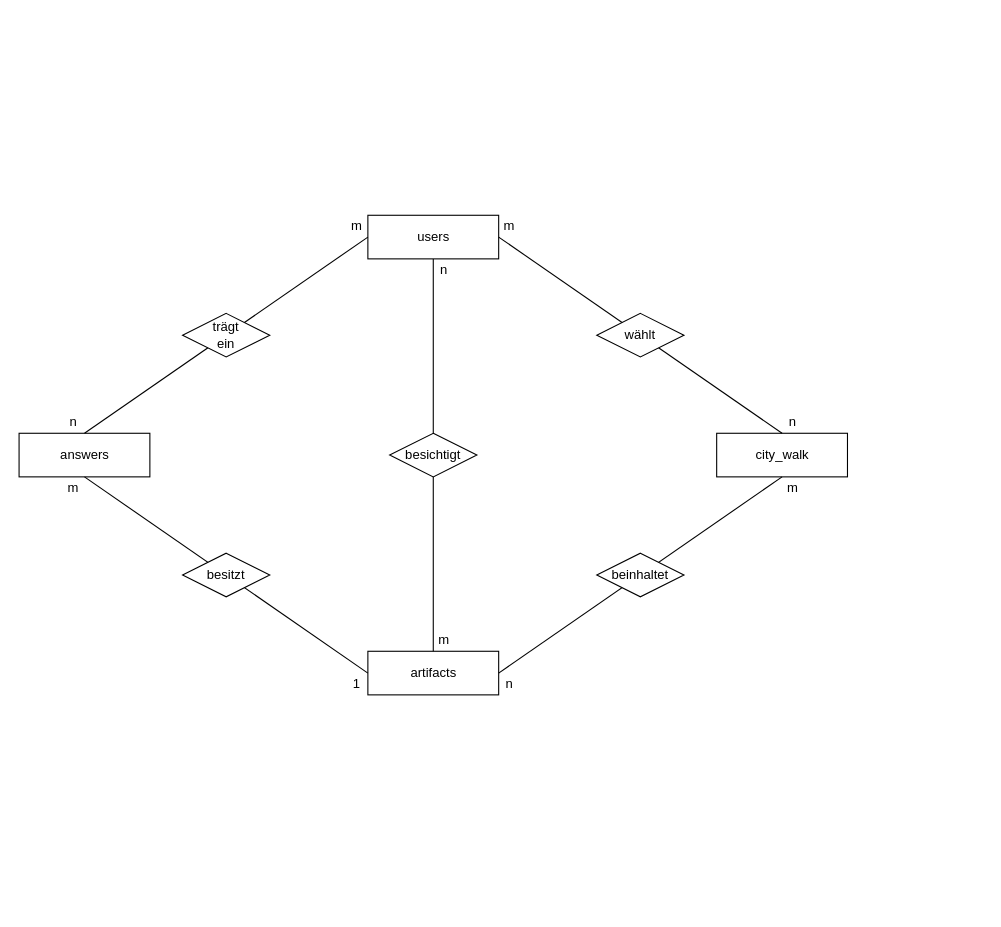
The draw.io diagram ERM.drawio in jesnay/Pionear_Frontend, before the edit. Source tidied: cells renumbered, new cells numbered last; positions are measured from the earlier drawing's top-left corner, leaving out a move shared by most shapes. Both pictures are drawn from the tidied source at 109%, with x=0, y=0 at pixel (19, 215).
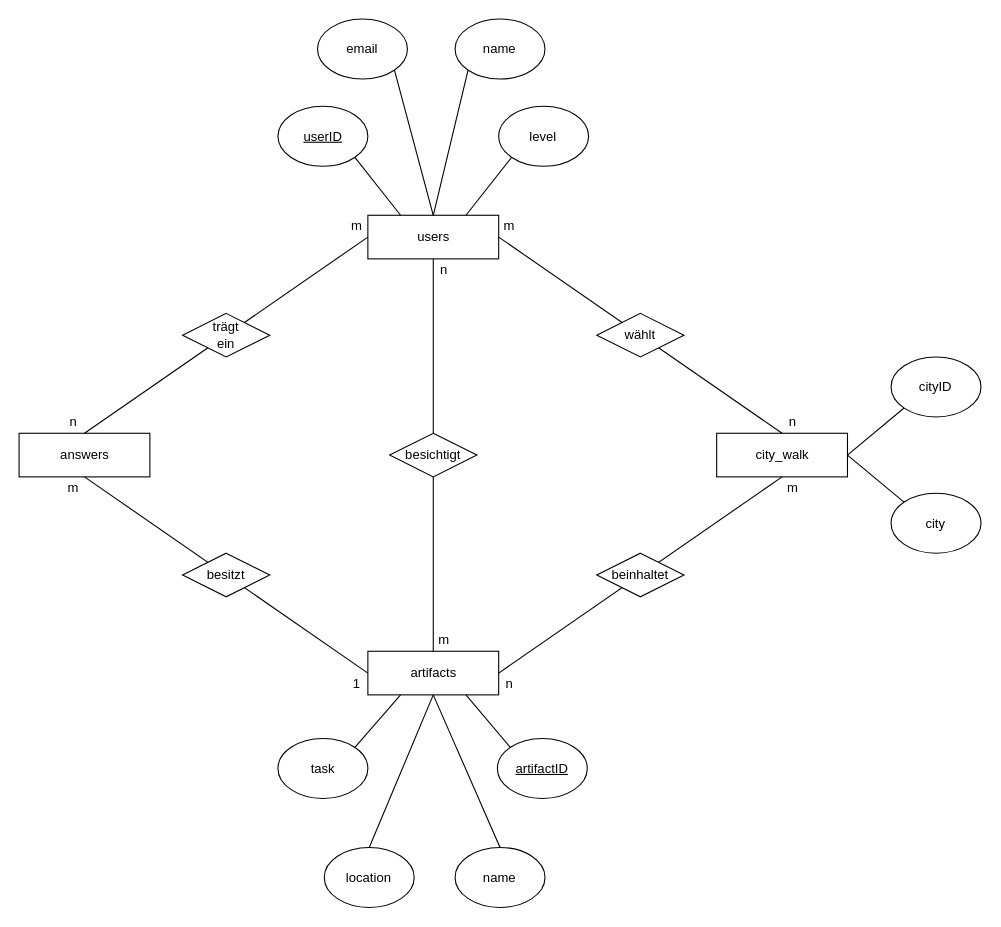
Above is the later version.

The change refers to these unchanged cells:
```xml
<mxCell id="2" value="users" style="html=1;" parent="1" vertex="1">
  <mxGeometry x="320" width="120" height="40" as="geometry" />
</mxCell>
<mxCell id="3" value="artifacts" style="html=1;" parent="1" vertex="1">
  <mxGeometry x="320" y="400" width="120" height="40" as="geometry" />
</mxCell>
<mxCell id="4" value="city_walk" style="html=1;" parent="1" vertex="1">
  <mxGeometry x="640" y="200" width="120" height="40" as="geometry" />
</mxCell>
```

The edit, as a diff of the source:
```diff
@@
+    <mxCell id="37" style="group;" parent="1" vertex="1">
+      <mxGeometry x="438.8" y="480" width="82.5" height="55" as="geometry" />
+    </mxCell>
+    <mxCell id="38" style="ellipse;whiteSpace=wrap;html=1;" parent="37" vertex="1">
+      <mxGeometry width="82.5" height="55" as="geometry" />
+    </mxCell>
+    <mxCell id="39" value="&lt;u&gt;artifactID&lt;/u&gt;" style="text;html=1;strokeColor=none;fillColor=none;align=center;verticalAlign=middle;whiteSpace=wrap;rounded=0;" parent="37" vertex="1">
+      <mxGeometry x="21.2" y="17.5" width="40" height="20" as="geometry" />
+    </mxCell>
+    <mxCell id="40" style="group;" parent="1" vertex="1">
+      <mxGeometry x="400" y="580" width="82.5" height="55" as="geometry" />
+    </mxCell>
+    <mxCell id="41" style="ellipse;whiteSpace=wrap;html=1;" parent="40" vertex="1">
+      <mxGeometry width="82.5" height="55" as="geometry" />
+    </mxCell>
+    <mxCell id="42" value="name" style="text;html=1;strokeColor=none;fillColor=none;align=center;verticalAlign=middle;whiteSpace=wrap;rounded=0;" parent="40" vertex="1">
+      <mxGeometry x="21.2" y="17.5" width="40" height="20" as="geometry" />
+    </mxCell>
+    <mxCell id="43" style="group;" parent="1" vertex="1">
+      <mxGeometry x="280" y="580" width="82.5" height="55" as="geometry" />
+    </mxCell>
+    <mxCell id="44" style="ellipse;whiteSpace=wrap;html=1;" parent="43" vertex="1">
+      <mxGeometry width="82.5" height="55" as="geometry" />
+    </mxCell>
+    <mxCell id="45" value="location" style="text;html=1;strokeColor=none;fillColor=none;align=center;verticalAlign=middle;whiteSpace=wrap;rounded=0;" parent="43" vertex="1">
+      <mxGeometry x="21.2" y="17.5" width="40" height="20" as="geometry" />
+    </mxCell>
+    <mxCell id="46" style="group;" parent="1" vertex="1">
+      <mxGeometry x="237.5" y="480" width="82.5" height="55" as="geometry" />
+    </mxCell>
+    <mxCell id="47" style="ellipse;whiteSpace=wrap;html=1;" parent="46" vertex="1">
+      <mxGeometry width="82.5" height="55" as="geometry" />
+    </mxCell>
+    <mxCell id="48" value="task" style="text;html=1;strokeColor=none;fillColor=none;align=center;verticalAlign=middle;whiteSpace=wrap;rounded=0;" parent="46" vertex="1">
+      <mxGeometry x="21.2" y="17.5" width="40" height="20" as="geometry" />
+    </mxCell>
+    <mxCell id="49" style="group;" parent="1" vertex="1">
+      <mxGeometry x="273.8" y="-180" width="82.5" height="55" as="geometry" />
+    </mxCell>
+    <mxCell id="50" style="ellipse;whiteSpace=wrap;html=1;" parent="49" vertex="1">
+      <mxGeometry width="82.5" height="55" as="geometry" />
+    </mxCell>
+    <mxCell id="51" value="email" style="text;html=1;strokeColor=none;fillColor=none;align=center;verticalAlign=middle;whiteSpace=wrap;rounded=0;" parent="49" vertex="1">
+      <mxGeometry x="21.2" y="17.5" width="40" height="20" as="geometry" />
+    </mxCell>
+    <mxCell id="52" style="group;" parent="1" vertex="1">
+      <mxGeometry x="440" y="-100" width="82.5" height="55" as="geometry" />
+    </mxCell>
+    <mxCell id="53" style="ellipse;whiteSpace=wrap;html=1;" parent="52" vertex="1">
+      <mxGeometry width="82.5" height="55" as="geometry" />
+    </mxCell>
+    <mxCell id="54" value="level" style="text;html=1;strokeColor=none;fillColor=none;align=center;verticalAlign=middle;whiteSpace=wrap;rounded=0;" parent="52" vertex="1">
+      <mxGeometry x="21.2" y="17.5" width="40" height="20" as="geometry" />
+    </mxCell>
+    <mxCell id="55" style="group;" parent="1" vertex="1">
+      <mxGeometry x="800" y="130" width="82.5" height="55" as="geometry" />
+    </mxCell>
+    <mxCell id="56" style="ellipse;whiteSpace=wrap;html=1;" parent="55" vertex="1">
+      <mxGeometry width="82.5" height="55" as="geometry" />
+    </mxCell>
+    <mxCell id="57" value="cityID" style="text;html=1;strokeColor=none;fillColor=none;align=center;verticalAlign=middle;whiteSpace=wrap;rounded=0;" parent="55" vertex="1">
+      <mxGeometry x="21.2" y="17.5" width="40" height="20" as="geometry" />
+    </mxCell>
+    <mxCell id="58" style="group;" parent="1" vertex="1">
+      <mxGeometry x="800" y="255" width="82.5" height="55" as="geometry" />
+    </mxCell>
+    <mxCell id="59" style="ellipse;whiteSpace=wrap;html=1;" parent="58" vertex="1">
+      <mxGeometry width="82.5" height="55" as="geometry" />
+    </mxCell>
+    <mxCell id="60" value="city" style="text;html=1;strokeColor=none;fillColor=none;align=center;verticalAlign=middle;whiteSpace=wrap;rounded=0;" parent="58" vertex="1">
+      <mxGeometry x="21.2" y="17.5" width="40" height="20" as="geometry" />
+    </mxCell>
+    <mxCell id="61" style="group;" parent="1" vertex="1">
+      <mxGeometry x="237.5" y="-100" width="82.5" height="55" as="geometry" />
+    </mxCell>
+    <mxCell id="62" style="ellipse;whiteSpace=wrap;html=1;" parent="61" vertex="1">
+      <mxGeometry width="82.5" height="55" as="geometry" />
+    </mxCell>
+    <mxCell id="63" value="&lt;u&gt;userID&lt;/u&gt;" style="text;html=1;strokeColor=none;fillColor=none;align=center;verticalAlign=middle;whiteSpace=wrap;rounded=0;" parent="61" vertex="1">
+      <mxGeometry x="21.2" y="17.5" width="40" height="20" as="geometry" />
+    </mxCell>
+    <mxCell id="64" style="group;" parent="1" vertex="1">
+      <mxGeometry x="400" y="-180" width="82.5" height="55" as="geometry" />
+    </mxCell>
+    <mxCell id="65" style="ellipse;whiteSpace=wrap;html=1;" parent="64" vertex="1">
+      <mxGeometry width="82.5" height="55" as="geometry" />
+    </mxCell>
+    <mxCell id="66" value="name" style="text;html=1;strokeColor=none;fillColor=none;align=center;verticalAlign=middle;whiteSpace=wrap;rounded=0;" parent="64" vertex="1">
+      <mxGeometry x="21.2" y="17.5" width="40" height="20" as="geometry" />
+    </mxCell>
+    <mxCell id="67" style="endArrow=none;html=1;exitX=1;exitY=0;exitDx=0;exitDy=0;entryX=0.25;entryY=1;entryDx=0;entryDy=0;" parent="1" edge="1" source="47" target="3">
+      <mxGeometry relative="1" as="geometry" />
+    </mxCell>
+    <mxCell id="68" style="endArrow=none;html=1;exitX=0;exitY=0;exitDx=0;exitDy=0;entryX=0.75;entryY=1;entryDx=0;entryDy=0;" parent="1" edge="1" source="38" target="3">
+      <mxGeometry relative="1" as="geometry" />
+    </mxCell>
+    <mxCell id="69" style="endArrow=none;html=1;exitX=0.5;exitY=0;exitDx=0;exitDy=0;entryX=0.5;entryY=1;entryDx=0;entryDy=0;" parent="1" edge="1" source="41" target="3">
+      <mxGeometry relative="1" as="geometry" />
+    </mxCell>
+    <mxCell id="70" style="endArrow=none;html=1;exitX=0.5;exitY=0;exitDx=0;exitDy=0;entryX=0.5;entryY=1;entryDx=0;entryDy=0;" parent="1" edge="1" source="44" target="3">
+      <mxGeometry relative="1" as="geometry" />
+    </mxCell>
+    <mxCell id="71" style="endArrow=none;html=1;exitX=1;exitY=0.5;exitDx=0;exitDy=0;entryX=0;entryY=1;entryDx=0;entryDy=0;" parent="1" edge="1" source="4" target="56">
+      <mxGeometry relative="1" as="geometry" />
+    </mxCell>
+    <mxCell id="72" style="endArrow=none;html=1;exitX=1;exitY=0.5;exitDx=0;exitDy=0;entryX=0;entryY=0;entryDx=0;entryDy=0;" parent="1" edge="1" source="4" target="59">
+      <mxGeometry relative="1" as="geometry" />
+    </mxCell>
+    <mxCell id="73" style="endArrow=none;html=1;exitX=0.75;exitY=0;exitDx=0;exitDy=0;entryX=0;entryY=1;entryDx=0;entryDy=0;" parent="1" edge="1" source="2" target="53">
+      <mxGeometry relative="1" as="geometry" />
+    </mxCell>
+    <mxCell id="74" style="endArrow=none;html=1;exitX=0.25;exitY=0;exitDx=0;exitDy=0;entryX=1;entryY=1;entryDx=0;entryDy=0;" parent="1" edge="1" source="2" target="62">
+      <mxGeometry relative="1" as="geometry" />
+    </mxCell>
+    <mxCell id="75" style="endArrow=none;html=1;exitX=0.5;exitY=0;exitDx=0;exitDy=0;entryX=1;entryY=1;entryDx=0;entryDy=0;" parent="1" edge="1" source="2" target="50">
+      <mxGeometry relative="1" as="geometry" />
+    </mxCell>
+    <mxCell id="76" style="endArrow=none;html=1;exitX=0.5;exitY=0;exitDx=0;exitDy=0;entryX=0;entryY=1;entryDx=0;entryDy=0;" parent="1" edge="1" source="2" target="65">
+      <mxGeometry relative="1" as="geometry" />
+    </mxCell>
```
